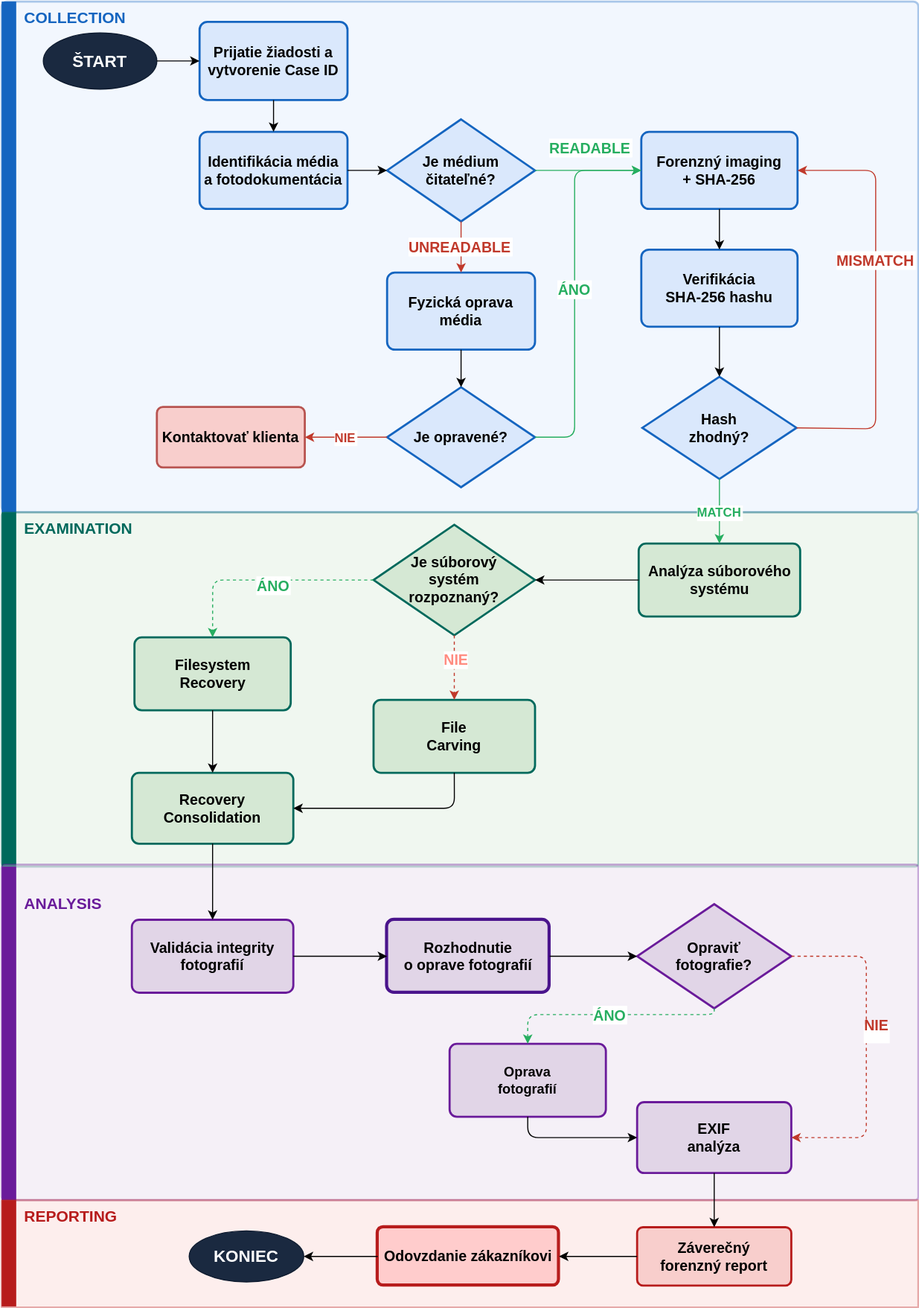
This is photo-recovery/PHOTORECOVERY_SCENARIO_DIAGRAM.svg from dmnkSabota/penterep-forensic-checklists, a draw.io export, as it was before one commit. Source tidied: cells renumbered, new cells last; positions are measured from the earlier drawing's top-left corner, leaving out a move shared by most shapes.
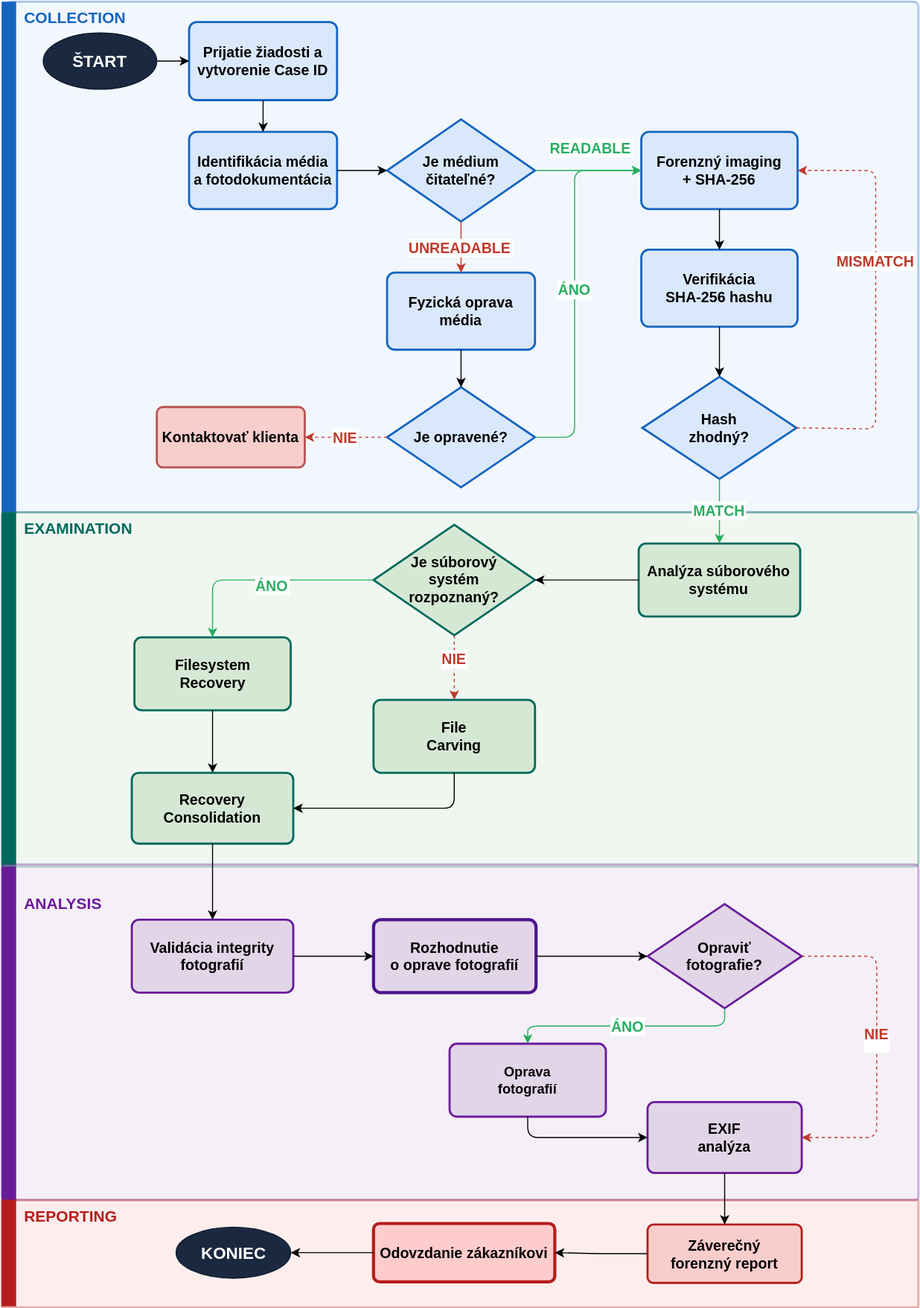
After the commit.

Change to the diagram source:
```diff
@@ -3,7 +3,7 @@
     <mxCell id="0" />
     <mxCell id="1" parent="0" />
     <mxCell id="2" style="rounded=1;fillColor=#dae8fc;strokeColor=#1565C0;strokeWidth=2;opacity=35;arcSize=1;" parent="1" vertex="1">
-      <mxGeometry width="880" height="490" as="geometry" />
+      <mxGeometry x="4" width="876" height="490" as="geometry" />
     </mxCell>
     <mxCell id="3" style="fillColor=#1565C0;strokeColor=none;" parent="1" vertex="1">
       <mxGeometry width="14" height="490" as="geometry" />
@@ -42,13 +42,13 @@
       <mxGeometry x="40" y="30" width="109" height="54" as="geometry" />
     </mxCell>
     <mxCell id="15" value="&lt;font style=&quot;font-size: 16px;&quot;&gt;KONIEC&lt;/font&gt;" style="ellipse;whiteSpace=wrap;html=1;fillColor=#1a2940;strokeColor=#0d1a2e;fontColor=#fff;fontStyle=1;fontSize=14;" parent="1" vertex="1">
-      <mxGeometry x="180" y="1179.5" width="110" height="49" as="geometry" />
+      <mxGeometry x="167.5" y="1176" width="110" height="49" as="geometry" />
     </mxCell>
     <mxCell id="16" value="&lt;font style=&quot;font-size: 14px;&quot;&gt;Prijatie žiadosti a&lt;br&gt;vytvorenie Case ID&lt;/font&gt;" style="rounded=1;whiteSpace=wrap;html=1;fillColor=#dae8fc;strokeColor=#1565C0;strokeWidth=2;fontSize=13;fontStyle=1;arcSize=10;" parent="1" vertex="1">
-      <mxGeometry x="190" y="19.5" width="142" height="75" as="geometry" />
+      <mxGeometry x="180" y="19.5" width="142" height="75" as="geometry" />
     </mxCell>
     <mxCell id="17" value="&lt;font style=&quot;font-size: 14px;&quot;&gt;Identifikácia média&lt;br&gt;a fotodokumentácia&lt;/font&gt;" style="rounded=1;whiteSpace=wrap;html=1;fillColor=#dae8fc;strokeColor=#1565C0;strokeWidth=2;fontSize=13;fontStyle=1;arcSize=10;" parent="1" vertex="1">
-      <mxGeometry x="190" y="125" width="142" height="74" as="geometry" />
+      <mxGeometry x="180" y="125" width="142" height="74" as="geometry" />
     </mxCell>
     <mxCell id="18" value="&lt;font style=&quot;font-size: 14px;&quot;&gt;Je médium&lt;br&gt;čitateľné?&lt;/font&gt;" style="rhombus;whiteSpace=wrap;html=1;fillColor=#dae8fc;strokeColor=#1565C0;strokeWidth=2;fontSize=13;fontStyle=1;" parent="1" vertex="1">
       <mxGeometry x="370" y="113" width="142" height="98" as="geometry" />
@@ -90,22 +90,22 @@
       <mxGeometry x="125" y="881" width="155" height="70" as="geometry" />
     </mxCell>
     <mxCell id="31" value="&lt;font style=&quot;font-size: 14px;&quot;&gt;Rozhodnutie&lt;br&gt;o oprave fotografií&lt;/font&gt;" style="rounded=1;whiteSpace=wrap;html=1;fillColor=#e1d5e7;strokeColor=#4A148C;strokeWidth=3;fontSize=13;fontStyle=1;arcSize=10;" parent="1" vertex="1">
-      <mxGeometry x="370" y="881" width="156" height="70" as="geometry" />
+      <mxGeometry x="357" y="881" width="156" height="70" as="geometry" />
     </mxCell>
     <mxCell id="32" value="&lt;font style=&quot;font-size: 14px;&quot;&gt;Opraviť&lt;br&gt;fotografie?&lt;/font&gt;" style="rhombus;whiteSpace=wrap;html=1;fillColor=#e1d5e7;strokeColor=#6A1B9A;strokeWidth=2;fontSize=13;fontStyle=1;" parent="1" vertex="1">
-      <mxGeometry x="610" y="866" width="148" height="100" as="geometry" />
+      <mxGeometry x="620" y="866" width="148" height="100" as="geometry" />
     </mxCell>
     <mxCell id="33" value="Oprava&lt;br&gt;fotografií" style="rounded=1;whiteSpace=wrap;html=1;fillColor=#e1d5e7;strokeColor=#6A1B9A;strokeWidth=2;fontSize=13;fontStyle=1;arcSize=10;" parent="1" vertex="1">
       <mxGeometry x="430" y="1000" width="150" height="70" as="geometry" />
     </mxCell>
     <mxCell id="34" value="&lt;font style=&quot;font-size: 14px;&quot;&gt;EXIF&lt;br&gt;analýza&lt;/font&gt;" style="rounded=1;whiteSpace=wrap;html=1;fillColor=#e1d5e7;strokeColor=#6A1B9A;strokeWidth=2;fontSize=13;fontStyle=1;arcSize=10;" parent="1" vertex="1">
-      <mxGeometry x="610" y="1056" width="148" height="68" as="geometry" />
+      <mxGeometry x="620" y="1056" width="148" height="68" as="geometry" />
     </mxCell>
     <mxCell id="35" value="&lt;font style=&quot;font-size: 14px;&quot;&gt;Záverečný&lt;br&gt;forenzný report&lt;/font&gt;" style="rounded=1;whiteSpace=wrap;html=1;fillColor=#f8cecc;strokeColor=#B71C1C;strokeWidth=2;fontSize=13;fontStyle=1;arcSize=10;" parent="1" vertex="1">
-      <mxGeometry x="610" y="1176" width="148" height="56" as="geometry" />
+      <mxGeometry x="620" y="1173.5" width="148" height="56" as="geometry" />
     </mxCell>
     <mxCell id="36" value="&lt;font style=&quot;font-size: 14px;&quot;&gt;Odovzdanie zákazníkovi&lt;/font&gt;" style="rounded=1;whiteSpace=wrap;html=1;fillColor=#ffcccc;strokeColor=#B71C1C;strokeWidth=3;fontSize=13;fontStyle=1;arcSize=10;" parent="1" vertex="1">
-      <mxGeometry x="361" y="1176" width="174" height="56" as="geometry" />
+      <mxGeometry x="357" y="1172.5" width="174" height="56" as="geometry" />
     </mxCell>
     <mxCell id="37" style="edgeStyle=orthogonalEdgeStyle;fontSize=12;" parent="1" edge="1" source="14" target="16">
       <mxGeometry relative="1" as="geometry" />
@@ -127,7 +127,7 @@
     <mxCell id="42" style="edgeStyle=orthogonalEdgeStyle;" parent="1" edge="1" source="22" target="23">
       <mxGeometry relative="1" as="geometry" />
     </mxCell>
-    <mxCell id="43" value="NIE" style="edgeStyle=orthogonalEdgeStyle;strokeColor=#c0392b;fontColor=#c0392b;fontStyle=1;fontSize=12;exitX=0;exitY=0.5;exitDx=0;exitDy=0;entryX=1;entryY=0.5;entryDx=0;entryDy=0;" parent="1" edge="1" source="23" target="24">
+    <mxCell id="43" value="NIE" style="edgeStyle=orthogonalEdgeStyle;strokeColor=#c0392b;fontColor=#c0392b;fontStyle=1;fontSize=14;exitX=0;exitY=0.5;exitDx=0;exitDy=0;entryX=1;entryY=0.5;entryDx=0;entryDy=0;dashed=1;" parent="1" edge="1" source="23" target="24">
       <mxGeometry relative="1" as="geometry" />
     </mxCell>
     <mxCell id="44" value="ÁNO" style="edgeStyle=orthogonalEdgeStyle;strokeColor=#27ae60;fontColor=#27ae60;fontStyle=1;fontSize=14;exitX=1;exitY=0.5;exitDx=0;exitDy=0;entryX=0;entryY=0.5;entryDx=0;entryDy=0;" parent="1" edge="1" source="23" target="19">
@@ -144,7 +144,7 @@
     <mxCell id="46" style="edgeStyle=orthogonalEdgeStyle;" parent="1" edge="1" source="20" target="21">
       <mxGeometry relative="1" as="geometry" />
     </mxCell>
-    <mxCell id="47" value="MISMATCH" style="edgeStyle=orthogonalEdgeStyle;strokeColor=#c0392b;fontColor=#c0392b;fontStyle=1;fontSize=14;entryX=1;entryY=0.5;entryDx=0;entryDy=0;exitX=1;exitY=0.5;exitDx=0;exitDy=0;" parent="1" edge="1" source="21" target="19">
+    <mxCell id="47" value="MISMATCH" style="edgeStyle=orthogonalEdgeStyle;strokeColor=#c0392b;fontColor=#c0392b;fontStyle=1;fontSize=14;entryX=1;entryY=0.5;entryDx=0;entryDy=0;exitX=1;exitY=0.5;exitDx=0;exitDy=0;dashed=1;" parent="1" edge="1" source="21" target="19">
       <mxGeometry x="0.19" relative="1" as="geometry">
         <Array as="points">
           <mxPoint x="839" y="410" />
@@ -152,20 +152,12 @@
         </Array>
       </mxGeometry>
     </mxCell>
-    <mxCell id="48" value="MATCH" style="edgeStyle=orthogonalEdgeStyle;strokeColor=#27ae60;fontColor=#27ae60;fontStyle=1;fontSize=12;exitX=0.5;exitY=1;exitDx=0;exitDy=0;entryX=0.5;entryY=0;entryDx=0;entryDy=0;" parent="1" edge="1" source="21" target="25">
+    <mxCell id="48" value="MATCH" style="edgeStyle=orthogonalEdgeStyle;strokeColor=#27ae60;fontColor=#27ae60;fontStyle=1;fontSize=14;exitX=0.5;exitY=1;exitDx=0;exitDy=0;entryX=0.5;entryY=0;entryDx=0;entryDy=0;" parent="1" edge="1" source="21" target="25">
       <mxGeometry relative="1" as="geometry" />
     </mxCell>
     <mxCell id="49" style="edgeStyle=orthogonalEdgeStyle;exitX=0;exitY=0.5;exitDx=0;exitDy=0;entryX=1;entryY=0.5;entryDx=0;entryDy=0;" parent="1" edge="1" source="25" target="26">
       <mxGeometry relative="1" as="geometry" />
     </mxCell>
-    <mxCell id="50" style="edgeStyle=orthogonalEdgeStyle;strokeColor=#c0392b;fontColor=#C0392B;fontSize=14;exitX=0.5;exitY=1;exitDx=0;exitDy=0;entryX=0.5;entryY=0;entryDx=0;entryDy=0;rounded=1;dashed=1;align=center;verticalAlign=middle;fontFamily=Helvetica;fontStyle=1;labelBackgroundColor=default;endArrow=classic;textShadow=0;" parent="1" edge="1" source="26" target="28">
-      <mxGeometry x="0.01" relative="1" as="geometry" />
-    </mxCell>
-    <mxCell id="51" value="&lt;span style=&quot;color: rgb(255, 140, 128); font-weight: 700;&quot;&gt;&lt;font style=&quot;font-size: 14px;&quot;&gt;NIE&lt;/font&gt;&lt;/span&gt;" style="edgeLabel;html=1;align=center;verticalAlign=middle;" parent="50" vertex="1">
-      <mxGeometry x="0.26" y="-1" relative="1" as="geometry">
-        <mxPoint x="1" y="-17" as="offset" />
-      </mxGeometry>
-    </mxCell>
     <mxCell id="52" style="edgeStyle=orthogonalEdgeStyle;exitX=0.5;exitY=1;exitDx=0;exitDy=0;entryX=0.5;entryY=0;entryDx=0;entryDy=0;" parent="1" edge="1" source="27" target="29">
       <mxGeometry relative="1" as="geometry" />
     </mxCell>
@@ -181,19 +173,14 @@
     <mxCell id="56" style="edgeStyle=orthogonalEdgeStyle;exitX=1;exitY=0.5;exitDx=0;exitDy=0;entryX=0;entryY=0.5;entryDx=0;entryDy=0;" parent="1" edge="1" source="31" target="32">
       <mxGeometry relative="1" as="geometry" />
     </mxCell>
-    <mxCell id="57" value="ÁNO" style="edgeStyle=orthogonalEdgeStyle;strokeColor=#27ae60;fontColor=#27ae60;fontSize=14;exitX=0.5;exitY=1;exitDx=0;exitDy=0;entryX=0.5;entryY=0;entryDx=0;entryDy=0;rounded=1;dashed=1;align=center;verticalAlign=middle;fontFamily=Helvetica;fontStyle=1;labelBackgroundColor=default;endArrow=classic;" parent="1" edge="1" source="32" target="33">
-      <mxGeometry relative="1" as="geometry">
-        <Array as="points">
-          <mxPoint x="684" y="972" />
-          <mxPoint x="505" y="972" />
-        </Array>
-      </mxGeometry>
+    <mxCell id="57" value="ÁNO" style="edgeStyle=orthogonalEdgeStyle;strokeColor=#27ae60;fontColor=#27ae60;fontSize=14;exitX=0.5;exitY=1;exitDx=0;exitDy=0;entryX=0.5;entryY=0;entryDx=0;entryDy=0;rounded=1;align=center;verticalAlign=middle;fontFamily=Helvetica;fontStyle=1;labelBackgroundColor=default;endArrow=classic;" parent="1" edge="1" source="32" target="33">
+      <mxGeometry relative="1" as="geometry" />
     </mxCell>
     <mxCell id="58" value="NIE&#10;" style="edgeStyle=orthogonalEdgeStyle;strokeColor=#c0392b;fontColor=#c0392b;fontStyle=1;fontSize=14;exitX=1;exitY=0.5;exitDx=0;exitDy=0;entryX=1;entryY=0.5;entryDx=0;entryDy=0;rounded=1;align=center;verticalAlign=middle;fontFamily=Helvetica;labelBackgroundColor=default;endArrow=classic;dashed=1;" parent="1" edge="1" source="32" target="34">
-      <mxGeometry x="-0.08" y="10" relative="1" as="geometry">
+      <mxGeometry x="-0.02" relative="1" as="geometry">
         <Array as="points">
-          <mxPoint x="830" y="916" />
-          <mxPoint x="830" y="1090" />
+          <mxPoint x="840" y="916" />
+          <mxPoint x="840" y="1090" />
         </Array>
       </mxGeometry>
     </mxCell>
@@ -209,8 +196,16 @@
     <mxCell id="62" style="edgeStyle=orthogonalEdgeStyle;" parent="1" edge="1" source="36" target="15">
       <mxGeometry relative="1" as="geometry" />
     </mxCell>
-    <mxCell id="63" value="ÁNO" style="edgeStyle=orthogonalEdgeStyle;strokeColor=#27ae60;fontColor=#27ae60;fontSize=14;exitX=0;exitY=0.5;exitDx=0;exitDy=0;entryX=0.5;entryY=0;entryDx=0;entryDy=0;rounded=1;align=center;verticalAlign=middle;fontFamily=Helvetica;fontStyle=1;labelBackgroundColor=default;endArrow=classic;dashed=1;" parent="1" edge="1" source="26" target="27">
+    <mxCell id="63" value="ÁNO" style="edgeStyle=orthogonalEdgeStyle;strokeColor=#27ae60;fontColor=#27ae60;fontSize=14;exitX=0;exitY=0.5;exitDx=0;exitDy=0;entryX=0.5;entryY=0;entryDx=0;entryDy=0;rounded=1;align=center;verticalAlign=middle;fontFamily=Helvetica;fontStyle=1;labelBackgroundColor=default;endArrow=classic;" parent="1" edge="1" source="26" target="27">
       <mxGeometry x="-0.07" y="5" relative="1" as="geometry" />
     </mxCell>
+    <mxCell id="51" value="NIE" style="edgeStyle=orthogonalEdgeStyle;strokeColor=#c0392b;fontColor=#c0392b;fontStyle=1;fontSize=14;exitX=0.5;exitY=1;exitDx=0;exitDy=0;entryX=0.5;entryY=0;entryDx=0;entryDy=0;dashed=1;" parent="1" edge="1" source="26" target="28">
+      <mxGeometry x="-0.29" relative="1" as="geometry">
+        <Array as="points">
+          <mxPoint x="435" y="630" />
+          <mxPoint x="435" y="630" />
+        </Array>
+      </mxGeometry>
+    </mxCell>
   </root>
 </mxGraphModel>
```
